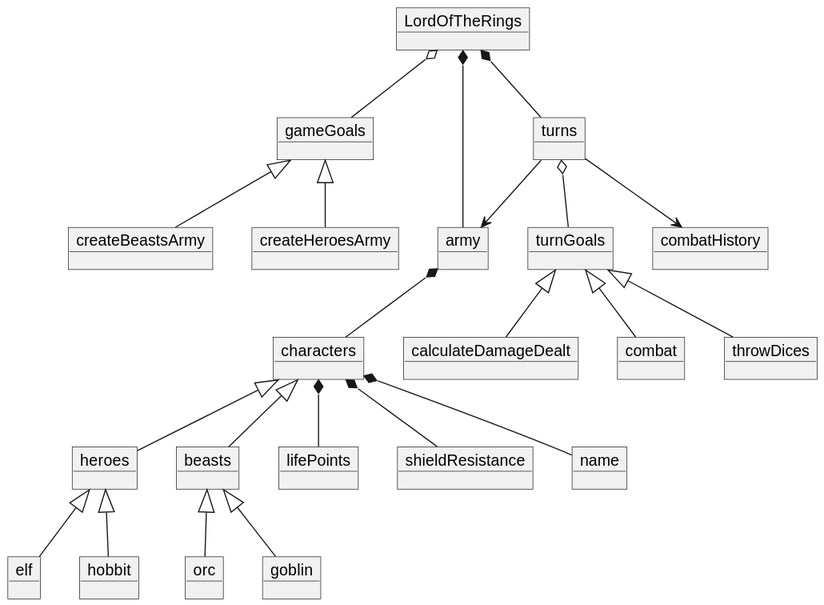
Before: docs/ObjectDiagram.svg, a diagram exported from PlantUML (daniel-Lopez-telus/LordOfTheRings).
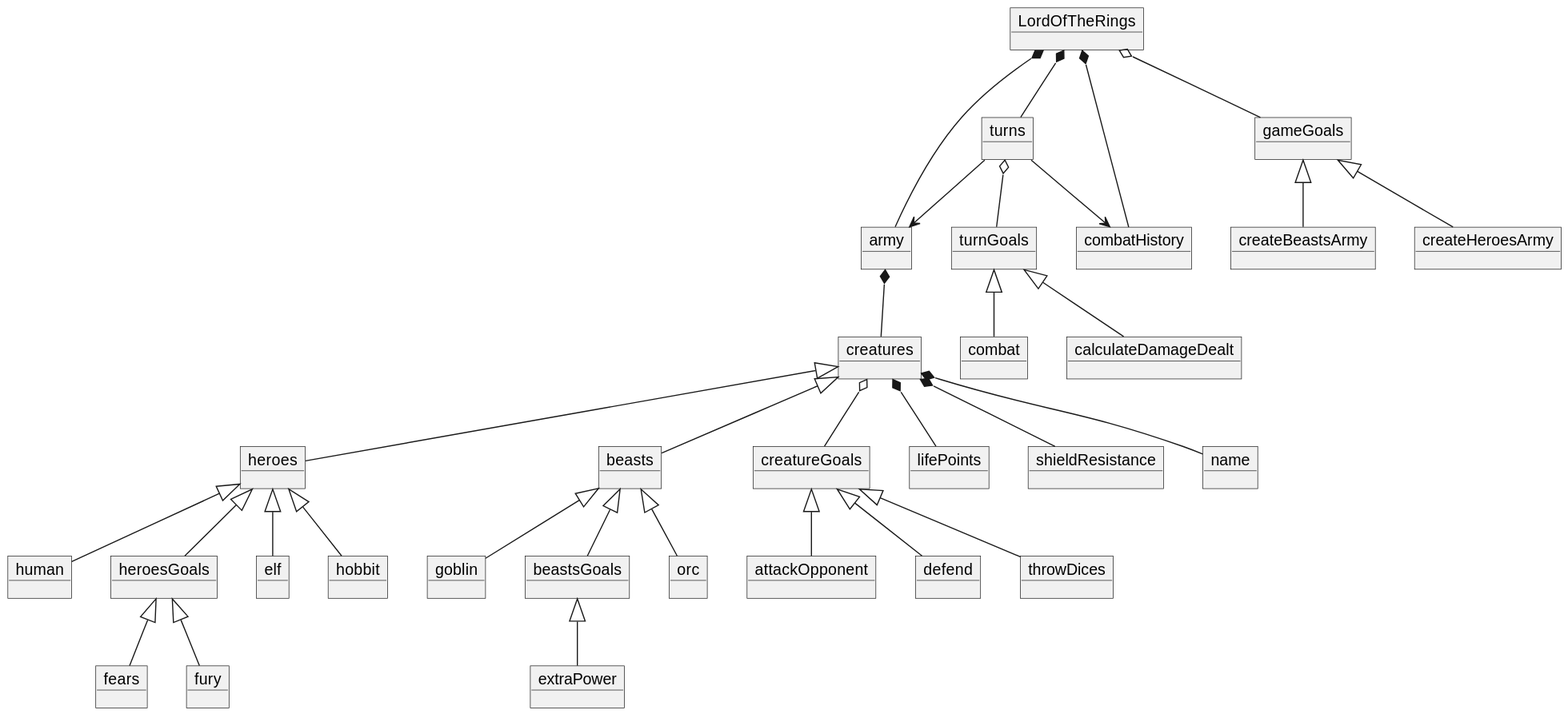
After the commit.

The edit, as a diff of the source:
```diff
@@ -1,8 +1,8 @@
-@startuml
+@startuml ObjectDiagram
 
 object LordOfTheRings
 
-object characters
+object creatures
 object heroes
 object beasts
 object army
@@ -13,6 +13,15 @@
 object hobbit
 object orc
 object goblin
+object human
+object creatureGoals
+object attackOpponent
+object defend
+object fury
+object fears
+object extraPower
+object heroesGoals
+object beastsGoals
 
 object gameGoals
 object createHeroesArmy
@@ -29,23 +38,23 @@
 LordOfTheRings *-- turns
 LordOfTheRings *-- army
 LordOfTheRings o-- gameGoals
+LordOfTheRings *-- combatHistory
 
-army *-- characters
+army *-- creatures
 turns --> army
-characters <|-- heroes
-characters <|-- beasts
+creatures <|-- heroes
+creatures <|-- beasts
 
 gameGoals <|-- createHeroesArmy
 gameGoals <|-- createBeastsArmy
 
 turns o-- turnGoals
 turnGoals <|-- combat
-turnGoals <|-- throwDices
 turnGoals <|-- calculateDamageDealt
 
-characters *-- name
-characters *-- lifePoints
-characters *-- shieldResistance
+creatures *-- name
+creatures *-- lifePoints
+creatures *-- shieldResistance
 
 turns --> combatHistory
 
@@ -53,4 +62,18 @@
 heroes <|-- hobbit
 beasts <|-- orc
 beasts <|-- goblin
+heroes <|-- human
+
+creatures o-- creatureGoals
+creatureGoals <|-- attackOpponent
+creatureGoals <|-- defend
+creatureGoals<|-- throwDices
+
+heroes <|-- heroesGoals
+heroesGoals <|-- fears
+heroesGoals <|-- fury
+
+beasts <|-- beastsGoals
+beastsGoals <|--extraPower
+
 @enduml
```
